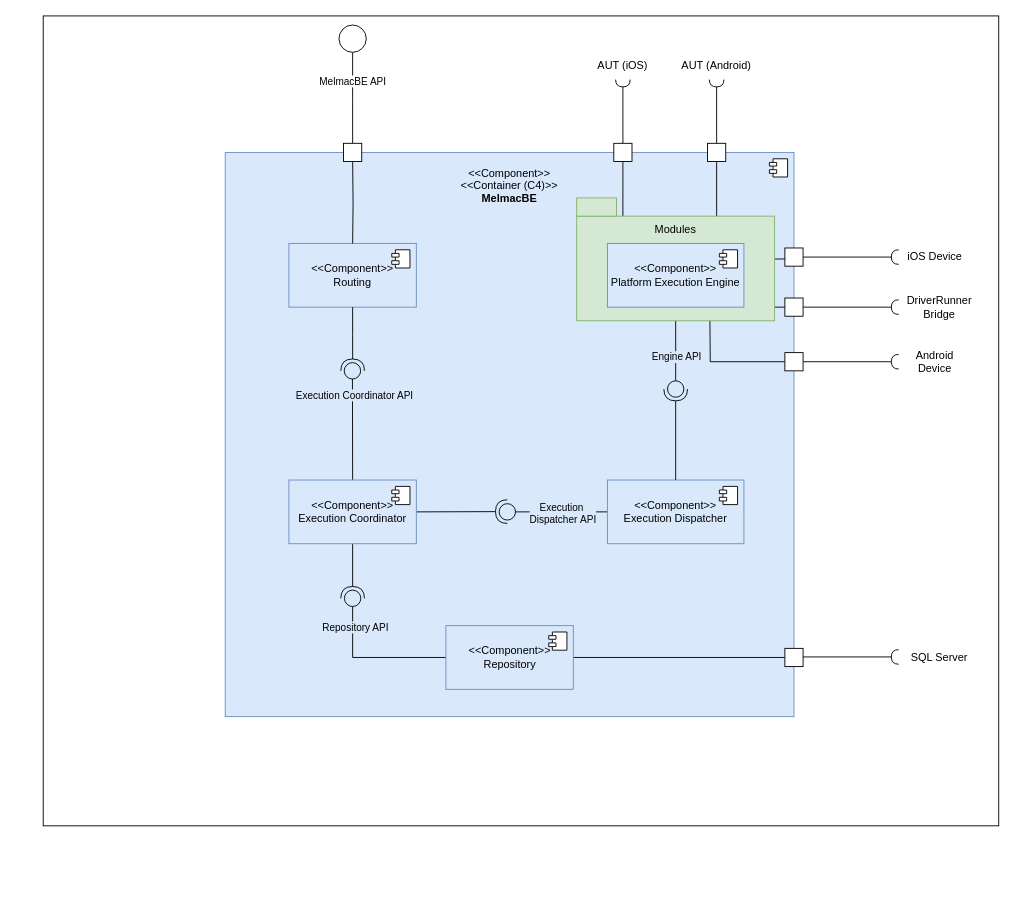
This is docs/global-artifacts/03.design/logical-view/level-3/drawio/L3-LV-MelmacBE-ALT.drawio from Mindera/Alfie-Melmac-Performance-Testing, a draw.io file, before an edit. Source tidied: cells renumbered, new cells numbered last; positions are measured from the earlier drawing's top-left corner, leaving out a move shared by most shapes. Both pictures are drawn from the tidied source at 91%, with x=0, y=0 at pixel (15, 15).
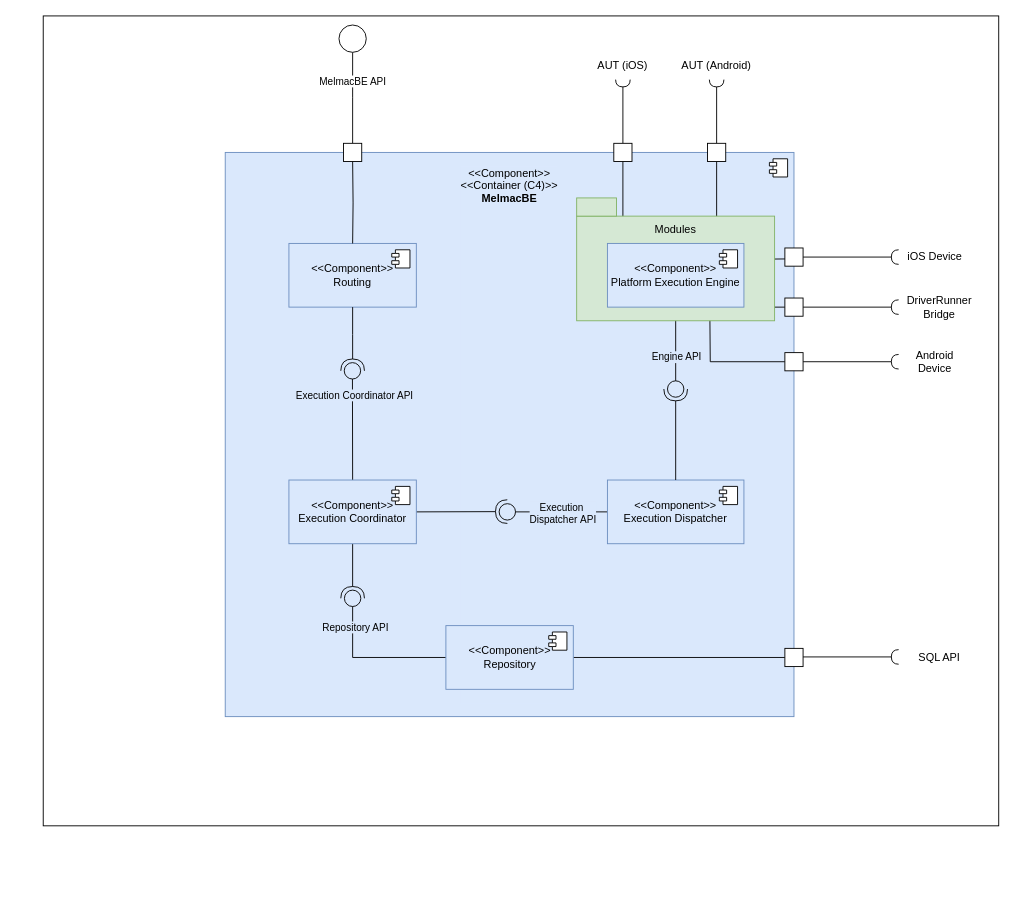
The same page after the edit.

The edit, as a diff of the source:
```diff
@@
-    <mxCell id="62" value="SQL Server" style="text;html=1;align=center;verticalAlign=middle;whiteSpace=wrap;rounded=0;" parent="8" vertex="1">
+    <mxCell id="62" value="SQL API" style="text;html=1;align=center;verticalAlign=middle;whiteSpace=wrap;rounded=0;" parent="8" vertex="1">
       <mxGeometry x="975" y="690" width="80" height="30" as="geometry" />
     </mxCell>
```
